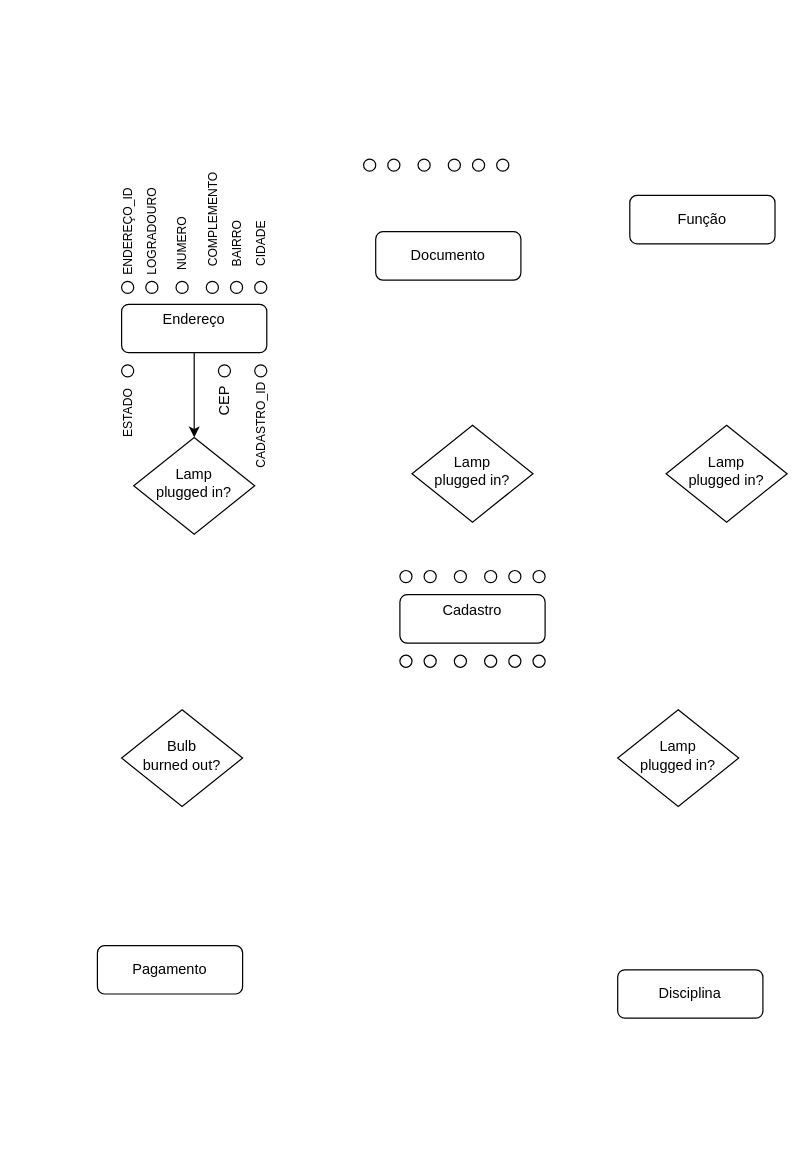
Earlier version of the draw.io diagram bd2Diagram.drawio (Nicholasmais/diagrams). Source tidied: cells renumbered, new cells numbered last; positions are measured from the earlier drawing's top-left corner, leaving out a move shared by most shapes. Both pictures are drawn from the tidied source at 121%, with x=0, y=0 at pixel (97, 159).
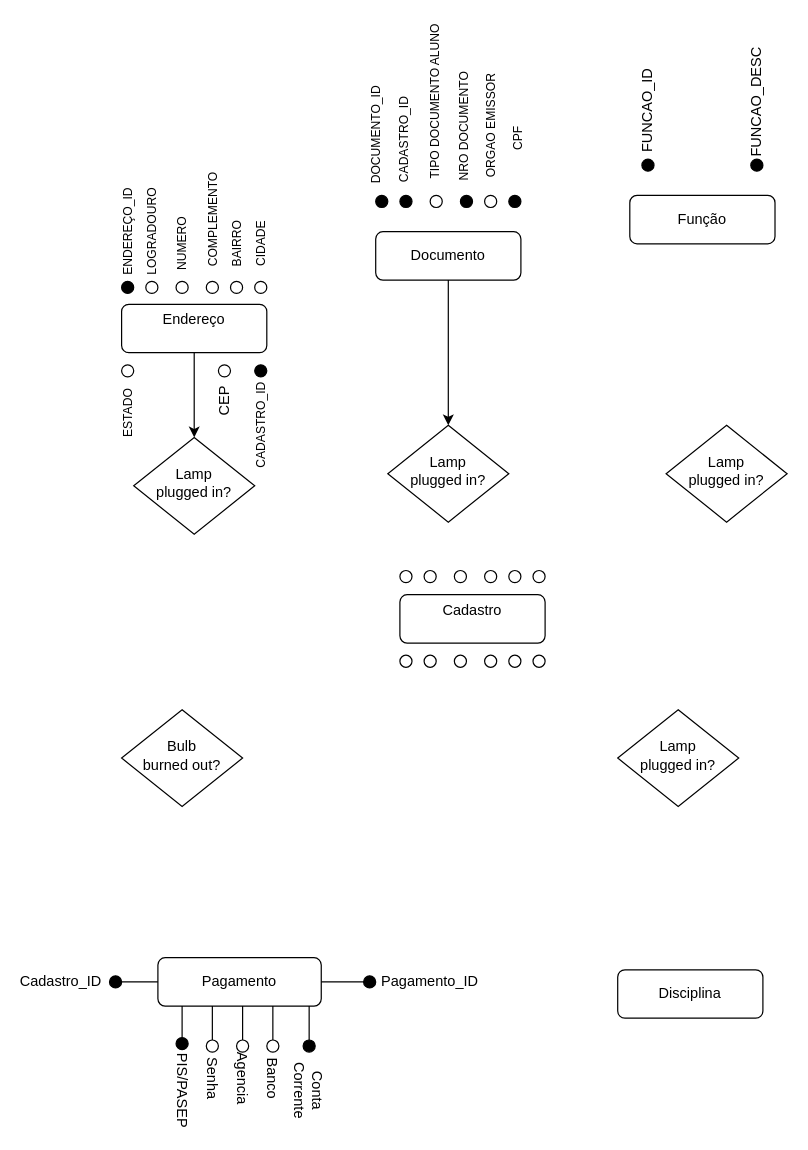
After the change.

The change refers to these unchanged cells:
```xml
<mxCell id="7" value="Documento" style="rounded=1;whiteSpace=wrap;html=1;fontSize=12;glass=0;strokeWidth=1;shadow=0;" parent="1" vertex="1">
  <mxGeometry x="230" y="60" width="120" height="40" as="geometry" />
</mxCell>
```

Diff of the diagram source:
```diff
@@
+    <mxCell id="50" style="edgeStyle=orthogonalEdgeStyle;rounded=0;jettySize=auto;html=1;exitX=0.5;exitY=1;exitDx=0;exitDy=0;entryX=0.5;entryY=0;entryDx=0;entryDy=0;" parent="1" edge="1" source="7" target="12">
+      <mxGeometry relative="1" as="geometry" />
+    </mxCell>
@@
     <mxCell id="8" value="Pagamento" style="rounded=1;whiteSpace=wrap;html=1;fontSize=12;glass=0;strokeWidth=1;shadow=0;" parent="1" vertex="1">
-      <mxGeometry y="650" width="120" height="40" as="geometry" />
+      <mxGeometry x="50" y="660" width="135" height="40" as="geometry" />
     </mxCell>
@@
     <mxCell id="12" value="Lamp&lt;br&gt;plugged in?" style="rhombus;whiteSpace=wrap;html=1;shadow=0;fontFamily=Helvetica;fontSize=12;align=center;strokeWidth=1;spacing=6;spacingTop=-4;" parent="1" vertex="1">
-      <mxGeometry x="260" y="220" width="100" height="80" as="geometry" />
+      <mxGeometry x="240" y="220" width="100" height="80" as="geometry" />
     </mxCell>
@@
-    <mxCell id="15" style="ellipse;whiteSpace=wrap;html=1;" parent="1" vertex="1">
+    <mxCell id="15" style="ellipse;whiteSpace=wrap;html=1;fillColor=#000000;" parent="1" vertex="1">
       <mxGeometry x="20" y="101" width="10" height="10" as="geometry" />
     </mxCell>
@@
-    <mxCell id="22" style="ellipse;whiteSpace=wrap;html=1;" parent="1" vertex="1">
+    <mxCell id="22" style="ellipse;whiteSpace=wrap;html=1;fillColor=#000000;" parent="1" vertex="1">
       <mxGeometry x="130" y="170" width="10" height="10" as="geometry" />
     </mxCell>
@@
-    <mxCell id="35" style="ellipse;whiteSpace=wrap;html=1;" parent="1" vertex="1">
-      <mxGeometry x="240" width="10" height="10" as="geometry" />
+    <mxCell id="35" style="ellipse;whiteSpace=wrap;html=1;fillColor=#000000;" parent="1" vertex="1">
+      <mxGeometry x="250" y="30" width="10" height="10" as="geometry" />
     </mxCell>
-    <mxCell id="36" style="ellipse;whiteSpace=wrap;html=1;" parent="1" vertex="1">
-      <mxGeometry x="220" width="10" height="10" as="geometry" />
+    <mxCell id="36" style="ellipse;whiteSpace=wrap;html=1;fillColor=#000000;" parent="1" vertex="1">
+      <mxGeometry x="230" y="30" width="10" height="10" as="geometry" />
     </mxCell>
     <mxCell id="37" style="ellipse;whiteSpace=wrap;html=1;" parent="1" vertex="1">
-      <mxGeometry x="265" width="10" height="10" as="geometry" />
+      <mxGeometry x="275" y="30" width="10" height="10" as="geometry" />
     </mxCell>
-    <mxCell id="38" style="ellipse;whiteSpace=wrap;html=1;" parent="1" vertex="1">
-      <mxGeometry x="290" width="10" height="10" as="geometry" />
+    <mxCell id="38" style="ellipse;whiteSpace=wrap;html=1;fillColor=#000000;" parent="1" vertex="1">
+      <mxGeometry x="300" y="30" width="10" height="10" as="geometry" />
     </mxCell>
     <mxCell id="39" style="ellipse;whiteSpace=wrap;html=1;" parent="1" vertex="1">
-      <mxGeometry x="310" width="10" height="10" as="geometry" />
+      <mxGeometry x="320" y="30" width="10" height="10" as="geometry" />
     </mxCell>
-    <mxCell id="40" style="ellipse;whiteSpace=wrap;html=1;" parent="1" vertex="1">
-      <mxGeometry x="330" width="10" height="10" as="geometry" />
+    <mxCell id="40" style="ellipse;whiteSpace=wrap;html=1;fillColor=#000000;" parent="1" vertex="1">
+      <mxGeometry x="340" y="30" width="10" height="10" as="geometry" />
     </mxCell>
@@
-    <mxCell id="46" value="&lt;font style=&quot;font-size: 10px&quot;&gt;CIDADE&lt;/font&gt;" style="text;html=1;strokeColor=none;fillColor=none;align=center;verticalAlign=middle;whiteSpace=wrap;rounded=0;rotation=-90;" parent="1" vertex="1">
+    <mxCell id="46" value="&lt;font style=&quot;font-size: 10px&quot;&gt;CIDADE&lt;/font&gt;" style="text;html=1;strokeColor=none;fillColor=none;align=center;verticalAlign=middle;whiteSpace=wrap;rounded=0;rotation=270;" parent="1" vertex="1">
       <mxGeometry x="115" y="60" width="40" height="20" as="geometry" />
     </mxCell>
+    <mxCell id="51" style="ellipse;whiteSpace=wrap;html=1;fillColor=#000000;" parent="1" vertex="1">
+      <mxGeometry x="10" y="675" width="10" height="10" as="geometry" />
+    </mxCell>
@@
+    <mxCell id="52" style="endArrow=none;html=1;entryX=1;entryY=0.5;entryDx=0;entryDy=0;exitX=0;exitY=0.5;exitDx=0;exitDy=0;" parent="1" edge="1" source="8" target="51">
+      <mxGeometry relative="1" as="geometry" />
+    </mxCell>
@@
+    <mxCell id="53" style="ellipse;whiteSpace=wrap;html=1;fillColor=#000000;" parent="1" vertex="1">
+      <mxGeometry x="220" y="675" width="10" height="10" as="geometry" />
+    </mxCell>
@@
+    <mxCell id="54" value="&lt;font style=&quot;font-size: 10px&quot;&gt;DOCUMENTO_ID&lt;/font&gt;" style="text;html=1;strokeColor=none;fillColor=none;align=center;verticalAlign=middle;whiteSpace=wrap;rounded=0;rotation=-90;" parent="1" vertex="1">
+      <mxGeometry x="210" y="-30" width="40" height="20" as="geometry" />
+    </mxCell>
+    <mxCell id="55" style="endArrow=none;html=1;entryX=0;entryY=0.5;entryDx=0;entryDy=0;exitX=1;exitY=0.5;exitDx=0;exitDy=0;" parent="1" edge="1" source="8" target="53">
+      <mxGeometry relative="1" as="geometry">
+        <Array as="points">
+          <mxPoint x="225" y="680" />
+        </Array>
+      </mxGeometry>
+    </mxCell>
+    <mxCell id="56" value="&lt;font style=&quot;font-size: 10px&quot;&gt;CADASTRO_ID&lt;/font&gt;" style="text;html=1;strokeColor=none;fillColor=none;align=center;verticalAlign=middle;whiteSpace=wrap;rounded=0;rotation=-90;" parent="1" vertex="1">
+      <mxGeometry x="233" y="-26" width="40" height="20" as="geometry" />
+    </mxCell>
+    <mxCell id="57" style="ellipse;whiteSpace=wrap;html=1;fillColor=#000000;" parent="1" vertex="1">
+      <mxGeometry x="65" y="726" width="10" height="10" as="geometry" />
+    </mxCell>
+    <mxCell id="58" value="&lt;font style=&quot;font-size: 10px&quot;&gt;TIPO DOCUMENTO ALUNO&lt;/font&gt;" style="text;html=1;strokeColor=none;fillColor=none;align=center;verticalAlign=middle;whiteSpace=wrap;rounded=0;rotation=-90;" parent="1" vertex="1">
+      <mxGeometry x="211.5" y="-57" width="135" height="20" as="geometry" />
+    </mxCell>
+    <mxCell id="59" style="endArrow=none;html=1;entryX=0.926;entryY=1.05;entryDx=0;entryDy=0;entryPerimeter=0;exitX=0.5;exitY=0;exitDx=0;exitDy=0;" parent="1" edge="1" source="57">
+      <mxGeometry relative="1" as="geometry">
+        <mxPoint x="70" y="700" as="targetPoint" />
+      </mxGeometry>
+    </mxCell>
+    <mxCell id="60" value="&lt;font style=&quot;font-size: 10px&quot;&gt;NRO DOCUMENTO&lt;/font&gt;" style="text;html=1;strokeColor=none;fillColor=none;align=center;verticalAlign=middle;whiteSpace=wrap;rounded=0;rotation=-90;" parent="1" vertex="1">
+      <mxGeometry x="245" y="-37" width="115" height="20" as="geometry" />
+    </mxCell>
+    <mxCell id="61" style="ellipse;whiteSpace=wrap;html=1;" parent="1" vertex="1">
+      <mxGeometry x="90" y="728" width="10" height="10" as="geometry" />
+    </mxCell>
+    <mxCell id="62" value="&lt;font style=&quot;font-size: 10px&quot;&gt;ORGAO EMISSOR&lt;/font&gt;" style="text;html=1;strokeColor=none;fillColor=none;align=center;verticalAlign=middle;whiteSpace=wrap;rounded=0;rotation=-90;" parent="1" vertex="1">
+      <mxGeometry x="267.5" y="-37" width="115" height="20" as="geometry" />
+    </mxCell>
+    <mxCell id="63" style="endArrow=none;html=1;entryX=0.926;entryY=1.05;entryDx=0;entryDy=0;entryPerimeter=0;exitX=0.5;exitY=0;exitDx=0;exitDy=0;" parent="1" edge="1" source="61">
+      <mxGeometry relative="1" as="geometry">
+        <mxPoint x="95" y="700" as="targetPoint" />
+      </mxGeometry>
+    </mxCell>
+    <mxCell id="64" value="&lt;font style=&quot;font-size: 10px&quot;&gt;CPF&lt;/font&gt;" style="text;html=1;strokeColor=none;fillColor=none;align=center;verticalAlign=middle;whiteSpace=wrap;rounded=0;rotation=-90;" parent="1" vertex="1">
+      <mxGeometry x="309.5" y="-26.5" width="74" height="20" as="geometry" />
+    </mxCell>
+    <mxCell id="65" style="ellipse;whiteSpace=wrap;html=1;" parent="1" vertex="1">
+      <mxGeometry x="140" y="728" width="10" height="10" as="geometry" />
+    </mxCell>
+    <mxCell id="66" style="ellipse;whiteSpace=wrap;html=1;fillColor=#000000;" parent="1" vertex="1">
+      <mxGeometry x="450" width="10" height="10" as="geometry" />
+    </mxCell>
+    <mxCell id="67" style="endArrow=none;html=1;entryX=0.926;entryY=1.05;entryDx=0;entryDy=0;entryPerimeter=0;exitX=0.5;exitY=0;exitDx=0;exitDy=0;" parent="1" edge="1" source="65">
+      <mxGeometry relative="1" as="geometry">
+        <mxPoint x="145" y="700" as="targetPoint" />
+      </mxGeometry>
+    </mxCell>
+    <mxCell id="68" style="ellipse;whiteSpace=wrap;html=1;fillColor=#000000;" parent="1" vertex="1">
+      <mxGeometry x="540" width="10" height="10" as="geometry" />
+    </mxCell>
+    <mxCell id="69" style="ellipse;whiteSpace=wrap;html=1;fillColor=#000000;" parent="1" vertex="1">
+      <mxGeometry x="170" y="728" width="10" height="10" as="geometry" />
+    </mxCell>
+    <mxCell id="70" value="FUNCAO_ID" style="text;html=1;strokeColor=none;fillColor=none;align=center;verticalAlign=middle;whiteSpace=wrap;rounded=0;rotation=-90;" parent="1" vertex="1">
+      <mxGeometry x="418" y="-50" width="74" height="20" as="geometry" />
+    </mxCell>
+    <mxCell id="71" style="endArrow=none;html=1;entryX=0.926;entryY=1.05;entryDx=0;entryDy=0;entryPerimeter=0;exitX=0.5;exitY=0;exitDx=0;exitDy=0;" parent="1" edge="1" source="69">
+      <mxGeometry relative="1" as="geometry">
+        <mxPoint x="175" y="700" as="targetPoint" />
+      </mxGeometry>
+    </mxCell>
+    <mxCell id="72" style="ellipse;whiteSpace=wrap;html=1;" parent="1" vertex="1">
+      <mxGeometry x="115" y="728" width="10" height="10" as="geometry" />
+    </mxCell>
+    <mxCell id="73" style="endArrow=none;html=1;entryX=0.926;entryY=1.05;entryDx=0;entryDy=0;entryPerimeter=0;exitX=0.5;exitY=0;exitDx=0;exitDy=0;" parent="1" edge="1" source="72">
+      <mxGeometry relative="1" as="geometry">
+        <mxPoint x="120" y="700" as="targetPoint" />
+      </mxGeometry>
+    </mxCell>
+    <mxCell id="74" value="Pagamento_ID" style="text;html=1;strokeColor=none;fillColor=none;align=center;verticalAlign=middle;whiteSpace=wrap;rounded=0;" parent="1" vertex="1">
+      <mxGeometry x="255" y="670" width="40" height="20" as="geometry" />
+    </mxCell>
+    <mxCell id="75" value="Cadastro_ID" style="text;html=1;strokeColor=none;fillColor=none;align=center;verticalAlign=middle;whiteSpace=wrap;rounded=0;rotation=0;" parent="1" vertex="1">
+      <mxGeometry x="-50" y="670" width="40" height="20" as="geometry" />
+    </mxCell>
+    <mxCell id="76" value="PIS/PASEP" style="text;html=1;strokeColor=none;fillColor=none;align=center;verticalAlign=middle;whiteSpace=wrap;rounded=0;rotation=90;" parent="1" vertex="1">
+      <mxGeometry x="50" y="760" width="40" height="20" as="geometry" />
+    </mxCell>
+    <mxCell id="77" value="Conta Corrente" style="text;html=1;strokeColor=none;fillColor=none;align=center;verticalAlign=middle;whiteSpace=wrap;rounded=0;rotation=90;" parent="1" vertex="1">
+      <mxGeometry x="155" y="760" width="40" height="20" as="geometry" />
+    </mxCell>
+    <mxCell id="78" value="Banco" style="text;html=1;strokeColor=none;fillColor=none;align=center;verticalAlign=middle;whiteSpace=wrap;rounded=0;rotation=90;" parent="1" vertex="1">
+      <mxGeometry x="125" y="750" width="40" height="20" as="geometry" />
+    </mxCell>
+    <mxCell id="79" value="Agencia" style="text;html=1;strokeColor=none;fillColor=none;align=center;verticalAlign=middle;whiteSpace=wrap;rounded=0;rotation=90;" parent="1" vertex="1">
+      <mxGeometry x="100" y="750" width="40" height="20" as="geometry" />
+    </mxCell>
+    <mxCell id="80" value="Senha" style="text;html=1;strokeColor=none;fillColor=none;align=center;verticalAlign=middle;whiteSpace=wrap;rounded=0;rotation=90;" parent="1" vertex="1">
+      <mxGeometry x="75" y="750" width="40" height="20" as="geometry" />
+    </mxCell>
+    <mxCell id="81" value="FUNCAO_DESC" style="text;html=1;strokeColor=none;fillColor=none;align=center;verticalAlign=middle;whiteSpace=wrap;rounded=0;rotation=-90;" parent="1" vertex="1">
+      <mxGeometry x="508" y="-57" width="74" height="20" as="geometry" />
+    </mxCell>
```
